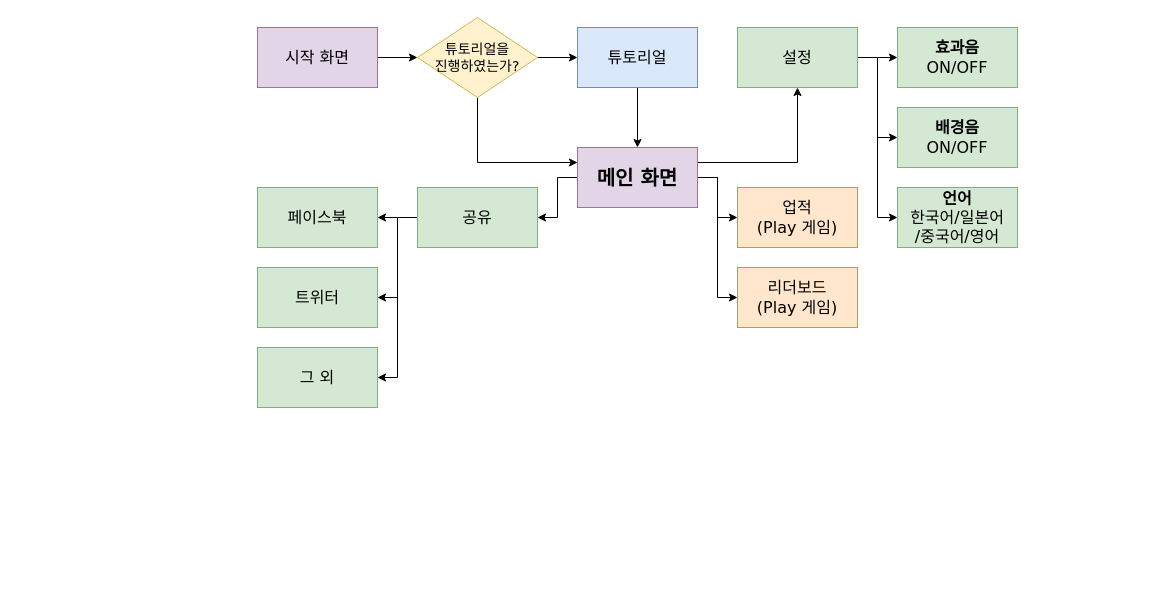
The draw.io diagram GUI 기말.drawio in dinenki71/UI, before the edit. Source tidied: cells renumbered, new cells numbered last; positions are measured from the earlier drawing's top-left corner, leaving out a move shared by most shapes. Both pictures are drawn from the tidied source at 100%, with x=0, y=0 at pixel (257, 17).
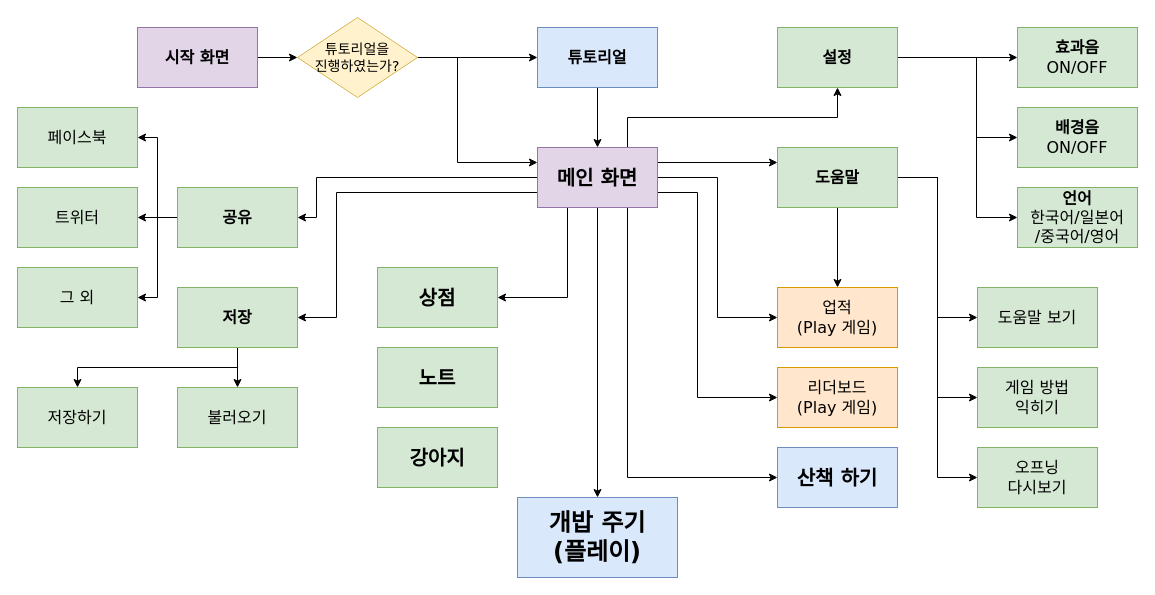
Above is the later version.

Change to the diagram source:
```diff
@@
-    <mxCell id="3" value="&lt;font style=&quot;font-size: 16px&quot;&gt;시작 화면&lt;/font&gt;" style="rounded=0;whiteSpace=wrap;html=1;fillColor=#e1d5e7;strokeColor=#9673a6;fontFamily=Verdana;" parent="1" vertex="1">
-      <mxGeometry y="10" width="120" height="60" as="geometry" />
+    <mxCell id="3" value="&lt;font style=&quot;font-size: 16px&quot;&gt;&lt;b&gt;시작 화면&lt;/b&gt;&lt;/font&gt;" style="rounded=0;whiteSpace=wrap;html=1;fillColor=#e1d5e7;strokeColor=#9673a6;fontFamily=Verdana;" parent="1" vertex="1">
+      <mxGeometry x="-120" y="10" width="120" height="60" as="geometry" />
     </mxCell>
@@
     <mxCell id="5" style="edgeStyle=orthogonalEdgeStyle;rounded=0;jettySize=auto;html=1;entryX=0;entryY=0.25;entryDx=0;entryDy=0;fontFamily=Verdana;" parent="1" edge="1" source="6" target="13">
       <mxGeometry relative="1" as="geometry">
         <Array as="points">
-          <mxPoint x="220" y="145" />
+          <mxPoint x="200" y="145" />
         </Array>
       </mxGeometry>
     </mxCell>
     <mxCell id="6" value="&lt;font style=&quot;font-size: 14px&quot;&gt;튜토리얼을&lt;br&gt;진행하였는가?&lt;/font&gt;" style="rhombus;whiteSpace=wrap;html=1;fillColor=#fff2cc;strokeColor=#d6b656;fontFamily=Verdana;" parent="1" vertex="1">
-      <mxGeometry x="160" width="120" height="80" as="geometry" />
+      <mxGeometry x="40" width="120" height="80" as="geometry" />
     </mxCell>
@@
-    <mxCell id="8" value="&lt;font style=&quot;font-size: 16px&quot;&gt;튜토리얼&lt;/font&gt;" style="rounded=0;whiteSpace=wrap;html=1;fillColor=#dae8fc;strokeColor=#6c8ebf;fontFamily=Verdana;" parent="1" vertex="1">
-      <mxGeometry x="320" y="10" width="120" height="60" as="geometry" />
+    <mxCell id="8" value="&lt;font style=&quot;font-size: 16px&quot;&gt;&lt;b&gt;튜토리얼&lt;/b&gt;&lt;/font&gt;" style="rounded=0;whiteSpace=wrap;html=1;fillColor=#dae8fc;strokeColor=#6c8ebf;fontFamily=Verdana;" parent="1" vertex="1">
+      <mxGeometry x="280" y="10" width="120" height="60" as="geometry" />
     </mxCell>
-    <mxCell id="9" style="edgeStyle=orthogonalEdgeStyle;rounded=0;jettySize=auto;html=1;exitX=1;exitY=0.25;exitDx=0;exitDy=0;fontFamily=Verdana;" parent="1" edge="1" source="13" target="17">
+    <mxCell id="9" style="edgeStyle=orthogonalEdgeStyle;rounded=0;jettySize=auto;html=1;exitX=0.75;exitY=0;exitDx=0;exitDy=0;fontFamily=Verdana;" parent="1" edge="1" source="13" target="17">
       <mxGeometry relative="1" as="geometry" />
     </mxCell>
+    <mxCell id="12" style="edgeStyle=orthogonalEdgeStyle;rounded=0;jettySize=auto;html=1;exitX=0;exitY=0.5;exitDx=0;exitDy=0;entryX=1;entryY=0.5;entryDx=0;entryDy=0;fontFamily=Verdana;" parent="1" edge="1" source="13" target="26">
+      <mxGeometry relative="1" as="geometry">
+        <Array as="points">
+          <mxPoint x="59" y="160" />
+          <mxPoint x="59" y="200" />
+        </Array>
+      </mxGeometry>
+    </mxCell>
+    <mxCell id="30" style="edgeStyle=orthogonalEdgeStyle;rounded=0;jettySize=auto;html=1;exitX=0;exitY=0.75;exitDx=0;exitDy=0;entryX=1;entryY=0.5;entryDx=0;entryDy=0;fontFamily=Verdana;fontSize=16;" parent="1" edge="1" source="13" target="37">
+      <mxGeometry relative="1" as="geometry">
+        <Array as="points">
+          <mxPoint x="79" y="175" />
+          <mxPoint x="79" y="300" />
+        </Array>
+      </mxGeometry>
+    </mxCell>
-    <mxCell id="10" style="edgeStyle=orthogonalEdgeStyle;rounded=0;jettySize=auto;html=1;exitX=1;exitY=0.5;exitDx=0;exitDy=0;entryX=0;entryY=0.5;entryDx=0;entryDy=0;fontFamily=Verdana;" parent="1" edge="1" source="13" target="21">
-      <mxGeometry relative="1" as="geometry" />
+    <mxCell id="10" style="edgeStyle=orthogonalEdgeStyle;rounded=0;jettySize=auto;html=1;entryX=0;entryY=0.5;entryDx=0;entryDy=0;fontFamily=Verdana;fontSize=16;exitX=1;exitY=0.5;exitDx=0;exitDy=0;" parent="1" edge="1" source="13" target="21">
+      <mxGeometry relative="1" as="geometry">
+        <Array as="points">
+          <mxPoint x="460" y="160" />
+          <mxPoint x="460" y="300" />
+        </Array>
+      </mxGeometry>
     </mxCell>
-    <mxCell id="11" style="edgeStyle=orthogonalEdgeStyle;rounded=0;jettySize=auto;html=1;exitX=1;exitY=0.5;exitDx=0;exitDy=0;entryX=0;entryY=0.5;entryDx=0;entryDy=0;fontFamily=Verdana;" parent="1" edge="1" source="13" target="22">
-      <mxGeometry relative="1" as="geometry" />
+    <mxCell id="11" style="edgeStyle=orthogonalEdgeStyle;rounded=0;jettySize=auto;html=1;exitX=1;exitY=0.75;exitDx=0;exitDy=0;entryX=0;entryY=0.5;entryDx=0;entryDy=0;fontFamily=Verdana;fontSize=16;" parent="1" edge="1" source="13" target="22">
+      <mxGeometry relative="1" as="geometry">
+        <Array as="points">
+          <mxPoint x="440" y="175" />
+          <mxPoint x="440" y="380" />
+        </Array>
+      </mxGeometry>
     </mxCell>
-    <mxCell id="12" style="edgeStyle=orthogonalEdgeStyle;rounded=0;jettySize=auto;html=1;exitX=0;exitY=0.5;exitDx=0;exitDy=0;entryX=1;entryY=0.5;entryDx=0;entryDy=0;fontFamily=Verdana;" parent="1" edge="1" source="13" target="26">
-      <mxGeometry relative="1" as="geometry" />
-    </mxCell>
+    <mxCell id="31" style="edgeStyle=orthogonalEdgeStyle;rounded=0;jettySize=auto;html=1;exitX=0.25;exitY=1;exitDx=0;exitDy=0;entryX=1;entryY=0.5;entryDx=0;entryDy=0;fontFamily=Verdana;fontSize=16;" parent="1" edge="1" source="13" target="49">
+      <mxGeometry relative="1" as="geometry" />
+    </mxCell>
+    <mxCell id="32" style="edgeStyle=orthogonalEdgeStyle;rounded=0;jettySize=auto;html=1;exitX=0.75;exitY=1;exitDx=0;exitDy=0;entryX=0;entryY=0.5;entryDx=0;entryDy=0;fontFamily=Verdana;fontSize=16;" parent="1" edge="1" source="13" target="48">
+      <mxGeometry relative="1" as="geometry" />
+    </mxCell>
+    <mxCell id="33" style="edgeStyle=orthogonalEdgeStyle;rounded=0;jettySize=auto;html=1;exitX=1;exitY=0.25;exitDx=0;exitDy=0;entryX=0;entryY=0.25;entryDx=0;entryDy=0;fontFamily=Verdana;fontSize=16;" parent="1" edge="1" source="13" target="44">
+      <mxGeometry relative="1" as="geometry" />
+    </mxCell>
+    <mxCell id="34" style="edgeStyle=orthogonalEdgeStyle;rounded=0;jettySize=auto;html=1;exitX=0.5;exitY=1;exitDx=0;exitDy=0;entryX=0.5;entryY=0;entryDx=0;entryDy=0;fontFamily=Verdana;fontSize=16;" parent="1" edge="1" source="13" target="52">
+      <mxGeometry relative="1" as="geometry" />
+    </mxCell>
     <mxCell id="13" value="&lt;font style=&quot;font-size: 20px&quot;&gt;&lt;b&gt;메인 화면&lt;/b&gt;&lt;/font&gt;" style="rounded=0;whiteSpace=wrap;html=1;fillColor=#e1d5e7;strokeColor=#9673a6;fontFamily=Verdana;" parent="1" vertex="1">
-      <mxGeometry x="320" y="130" width="120" height="60" as="geometry" />
+      <mxGeometry x="280" y="130" width="120" height="60" as="geometry" />
     </mxCell>
@@
     <mxCell id="15" style="edgeStyle=orthogonalEdgeStyle;rounded=0;jettySize=auto;html=1;exitX=1;exitY=0.5;exitDx=0;exitDy=0;entryX=0;entryY=0.5;entryDx=0;entryDy=0;fontFamily=Verdana;" parent="1" edge="1" source="17" target="19">
-      <mxGeometry relative="1" as="geometry" />
+      <mxGeometry relative="1" as="geometry">
+        <Array as="points">
+          <mxPoint x="719" y="40" />
+          <mxPoint x="719" y="120" />
+        </Array>
+      </mxGeometry>
     </mxCell>
     <mxCell id="16" style="edgeStyle=orthogonalEdgeStyle;rounded=0;jettySize=auto;html=1;exitX=1;exitY=0.5;exitDx=0;exitDy=0;entryX=0;entryY=0.5;entryDx=0;entryDy=0;fontFamily=Verdana;" parent="1" edge="1" source="17" target="20">
-      <mxGeometry relative="1" as="geometry" />
+      <mxGeometry relative="1" as="geometry">
+        <Array as="points">
+          <mxPoint x="719" y="40" />
+          <mxPoint x="719" y="200" />
+        </Array>
+      </mxGeometry>
     </mxCell>
-    <mxCell id="17" value="&lt;font size=&quot;1&quot;&gt;&lt;span style=&quot;font-size: 16px&quot;&gt;설정&lt;/span&gt;&lt;/font&gt;" style="rounded=0;whiteSpace=wrap;html=1;fillColor=#d5e8d4;strokeColor=#82b366;fontFamily=Verdana;" parent="1" vertex="1">
-      <mxGeometry x="480" y="10" width="120" height="60" as="geometry" />
+    <mxCell id="17" value="&lt;font size=&quot;1&quot;&gt;&lt;span style=&quot;font-size: 16px&quot;&gt;&lt;b&gt;설정&lt;/b&gt;&lt;/span&gt;&lt;/font&gt;" style="rounded=0;whiteSpace=wrap;html=1;fillColor=#d5e8d4;strokeColor=#82b366;fontFamily=Verdana;" parent="1" vertex="1">
+      <mxGeometry x="520" y="10" width="120" height="60" as="geometry" />
     </mxCell>
     <mxCell id="18" value="&lt;font size=&quot;1&quot;&gt;&lt;span style=&quot;font-size: 16px&quot;&gt;&lt;b&gt;효과음&lt;/b&gt;&lt;br&gt;ON/OFF&lt;br&gt;&lt;/span&gt;&lt;/font&gt;" style="rounded=0;whiteSpace=wrap;html=1;fillColor=#d5e8d4;strokeColor=#82b366;fontFamily=Verdana;" parent="1" vertex="1">
-      <mxGeometry x="640" y="10" width="120" height="60" as="geometry" />
+      <mxGeometry x="760" y="10" width="120" height="60" as="geometry" />
     </mxCell>
     <mxCell id="19" value="&lt;font&gt;&lt;span style=&quot;font-size: 16px&quot;&gt;&lt;b&gt;배경음&lt;/b&gt;&lt;br&gt;ON/OFF&lt;br&gt;&lt;/span&gt;&lt;/font&gt;" style="rounded=0;whiteSpace=wrap;html=1;fillColor=#d5e8d4;strokeColor=#82b366;fontFamily=Verdana;" parent="1" vertex="1">
-      <mxGeometry x="640" y="90" width="120" height="60" as="geometry" />
+      <mxGeometry x="760" y="90" width="120" height="60" as="geometry" />
     </mxCell>
     <mxCell id="20" value="&lt;font size=&quot;1&quot;&gt;&lt;span style=&quot;font-size: 16px&quot;&gt;&lt;b&gt;언어&lt;/b&gt;&lt;br&gt;한국어/일본어&lt;br&gt;/중국어/영어&lt;br&gt;&lt;/span&gt;&lt;/font&gt;" style="rounded=0;whiteSpace=wrap;html=1;fillColor=#d5e8d4;strokeColor=#82b366;fontFamily=Verdana;" parent="1" vertex="1">
-      <mxGeometry x="640" y="170" width="120" height="60" as="geometry" />
+      <mxGeometry x="760" y="170" width="120" height="60" as="geometry" />
     </mxCell>
     <mxCell id="21" value="&lt;font style=&quot;font-size: 16px&quot;&gt;업적&lt;br&gt;(Play 게임)&lt;br&gt;&lt;/font&gt;" style="rounded=0;whiteSpace=wrap;html=1;fillColor=#ffe6cc;strokeColor=#d79b00;fontFamily=Verdana;" parent="1" vertex="1">
-      <mxGeometry x="480" y="170" width="120" height="60" as="geometry" />
+      <mxGeometry x="520" y="270" width="120" height="60" as="geometry" />
     </mxCell>
     <mxCell id="22" value="&lt;font style=&quot;font-size: 16px&quot;&gt;리더보드&lt;br&gt;&lt;/font&gt;&lt;span style=&quot;font-size: 16px&quot;&gt;(Play 게임)&lt;/span&gt;" style="rounded=0;whiteSpace=wrap;html=1;fillColor=#ffe6cc;strokeColor=#d79b00;fontFamily=Verdana;" parent="1" vertex="1">
-      <mxGeometry x="480" y="250" width="120" height="60" as="geometry" />
+      <mxGeometry x="520" y="350" width="120" height="60" as="geometry" />
     </mxCell>
-    <mxCell id="23" style="edgeStyle=orthogonalEdgeStyle;rounded=0;jettySize=auto;html=1;fontFamily=Verdana;" parent="1" edge="1" source="26" target="27">
-      <mxGeometry relative="1" as="geometry" />
-    </mxCell>
@@
+    <mxCell id="23" style="edgeStyle=orthogonalEdgeStyle;rounded=0;jettySize=auto;html=1;exitX=0;exitY=0.5;exitDx=0;exitDy=0;entryX=1;entryY=0.5;entryDx=0;entryDy=0;fontFamily=Verdana;fontSize=16;" parent="1" edge="1" source="26" target="27">
+      <mxGeometry relative="1" as="geometry" />
+    </mxCell>
-    <mxCell id="26" value="&lt;font size=&quot;1&quot;&gt;&lt;span style=&quot;font-size: 16px&quot;&gt;공유&lt;/span&gt;&lt;/font&gt;" style="rounded=0;whiteSpace=wrap;html=1;fillColor=#d5e8d4;strokeColor=#82b366;fontFamily=Verdana;" parent="1" vertex="1">
-      <mxGeometry x="160" y="170" width="120" height="60" as="geometry" />
+    <mxCell id="26" value="&lt;font size=&quot;1&quot;&gt;&lt;span style=&quot;font-size: 16px&quot;&gt;&lt;b&gt;공유&lt;/b&gt;&lt;/span&gt;&lt;/font&gt;" style="rounded=0;whiteSpace=wrap;html=1;fillColor=#d5e8d4;strokeColor=#82b366;fontFamily=Verdana;" parent="1" vertex="1">
+      <mxGeometry x="-80" y="170" width="120" height="60" as="geometry" />
     </mxCell>
     <mxCell id="27" value="&lt;font style=&quot;font-size: 16px;&quot;&gt;&lt;span style=&quot;font-size: 16px;&quot;&gt;&lt;span style=&quot;font-size: 16px;&quot;&gt;페이스북&lt;/span&gt;&lt;br style=&quot;font-size: 16px;&quot;&gt;&lt;/span&gt;&lt;/font&gt;" style="rounded=0;whiteSpace=wrap;html=1;fillColor=#d5e8d4;strokeColor=#82b366;fontFamily=Verdana;fontSize=16;fontStyle=0;" parent="1" vertex="1">
-      <mxGeometry y="170" width="120" height="60" as="geometry" />
+      <mxGeometry x="-240" y="90" width="120" height="60" as="geometry" />
     </mxCell>
     <mxCell id="28" value="&lt;span style=&quot;font-size: 16px;&quot;&gt;트위터&lt;/span&gt;" style="rounded=0;whiteSpace=wrap;html=1;fillColor=#d5e8d4;strokeColor=#82b366;fontFamily=Verdana;fontSize=16;fontStyle=0;" parent="1" vertex="1">
-      <mxGeometry y="250" width="120" height="60" as="geometry" />
+      <mxGeometry x="-240" y="170" width="120" height="60" as="geometry" />
     </mxCell>
     <mxCell id="29" value="&lt;font style=&quot;font-size: 16px;&quot;&gt;&lt;span style=&quot;font-size: 16px;&quot;&gt;&lt;span style=&quot;font-size: 16px;&quot;&gt;그 외&lt;/span&gt;&lt;br style=&quot;font-size: 16px;&quot;&gt;&lt;/span&gt;&lt;/font&gt;" style="rounded=0;whiteSpace=wrap;html=1;fillColor=#d5e8d4;strokeColor=#82b366;fontFamily=Verdana;fontSize=16;fontStyle=0;" parent="1" vertex="1">
-      <mxGeometry y="330" width="120" height="60" as="geometry" />
+      <mxGeometry x="-240" y="250" width="120" height="60" as="geometry" />
     </mxCell>
+    <mxCell id="35" style="edgeStyle=orthogonalEdgeStyle;rounded=0;jettySize=auto;html=1;exitX=0.5;exitY=1;exitDx=0;exitDy=0;entryX=0.5;entryY=0;entryDx=0;entryDy=0;fontFamily=Verdana;fontSize=16;" parent="1" edge="1" source="37" target="38">
+      <mxGeometry relative="1" as="geometry" />
+    </mxCell>
+    <mxCell id="36" style="edgeStyle=orthogonalEdgeStyle;rounded=0;jettySize=auto;html=1;exitX=0.5;exitY=1;exitDx=0;exitDy=0;entryX=0.5;entryY=0;entryDx=0;entryDy=0;fontFamily=Verdana;fontSize=16;" parent="1" edge="1" source="37" target="39">
+      <mxGeometry relative="1" as="geometry" />
+    </mxCell>
+    <mxCell id="37" value="&lt;span style=&quot;font-size: 16px&quot;&gt;&lt;b&gt;저장&lt;/b&gt;&lt;/span&gt;" style="rounded=0;whiteSpace=wrap;html=1;fillColor=#d5e8d4;strokeColor=#82b366;fontFamily=Verdana;" parent="1" vertex="1">
+      <mxGeometry x="-80" y="270" width="120" height="60" as="geometry" />
+    </mxCell>
+    <mxCell id="38" value="&lt;span style=&quot;font-size: 16px&quot;&gt;저장하기&lt;/span&gt;" style="rounded=0;whiteSpace=wrap;html=1;fillColor=#d5e8d4;strokeColor=#82b366;fontFamily=Verdana;" parent="1" vertex="1">
+      <mxGeometry x="-240" y="370" width="120" height="60" as="geometry" />
+    </mxCell>
+    <mxCell id="39" value="&lt;span style=&quot;font-size: 16px&quot;&gt;불러오기&lt;/span&gt;" style="rounded=0;whiteSpace=wrap;html=1;fillColor=#d5e8d4;strokeColor=#82b366;fontFamily=Verdana;" parent="1" vertex="1">
+      <mxGeometry x="-80" y="370" width="120" height="60" as="geometry" />
+    </mxCell>
+    <mxCell id="40" style="edgeStyle=orthogonalEdgeStyle;rounded=0;jettySize=auto;html=1;exitX=1;exitY=0.5;exitDx=0;exitDy=0;entryX=0;entryY=0.5;entryDx=0;entryDy=0;fontFamily=Verdana;fontSize=16;" parent="1" edge="1" source="44" target="45">
+      <mxGeometry relative="1" as="geometry" />
+    </mxCell>
+    <mxCell id="41" style="edgeStyle=orthogonalEdgeStyle;rounded=0;jettySize=auto;html=1;exitX=1;exitY=0.5;exitDx=0;exitDy=0;entryX=0;entryY=0.5;entryDx=0;entryDy=0;fontFamily=Verdana;fontSize=16;" parent="1" edge="1" source="44" target="46">
+      <mxGeometry relative="1" as="geometry" />
+    </mxCell>
+    <mxCell id="42" style="edgeStyle=orthogonalEdgeStyle;rounded=0;jettySize=auto;html=1;exitX=1;exitY=0.5;exitDx=0;exitDy=0;entryX=0;entryY=0.5;entryDx=0;entryDy=0;fontFamily=Verdana;fontSize=16;" parent="1" edge="1" source="44" target="47">
+      <mxGeometry relative="1" as="geometry" />
+    </mxCell>
+    <mxCell id="43" style="edgeStyle=orthogonalEdgeStyle;rounded=0;jettySize=auto;html=1;fontFamily=Verdana;fontSize=16;" parent="1" edge="1" source="44" target="21">
+      <mxGeometry relative="1" as="geometry" />
+    </mxCell>
+    <mxCell id="44" value="&lt;font size=&quot;1&quot;&gt;&lt;span style=&quot;font-size: 16px&quot;&gt;&lt;b&gt;도움말&lt;/b&gt;&lt;/span&gt;&lt;/font&gt;" style="rounded=0;whiteSpace=wrap;html=1;fillColor=#d5e8d4;strokeColor=#82b366;fontFamily=Verdana;" parent="1" vertex="1">
+      <mxGeometry x="520" y="130" width="120" height="60" as="geometry" />
+    </mxCell>
+    <mxCell id="45" value="&lt;font style=&quot;font-size: 16px&quot;&gt;&lt;span style=&quot;font-size: 16px&quot;&gt;&lt;span style=&quot;font-size: 16px&quot;&gt;도움말 보기&lt;/span&gt;&lt;br style=&quot;font-size: 16px&quot;&gt;&lt;/span&gt;&lt;/font&gt;" style="rounded=0;whiteSpace=wrap;html=1;fillColor=#d5e8d4;strokeColor=#82b366;fontFamily=Verdana;fontSize=16;fontStyle=0;" parent="1" vertex="1">
+      <mxGeometry x="720" y="270" width="120" height="60" as="geometry" />
+    </mxCell>
+    <mxCell id="46" value="&lt;span style=&quot;font-size: 16px&quot;&gt;게임 방법&lt;br&gt;익히기&lt;br&gt;&lt;/span&gt;" style="rounded=0;whiteSpace=wrap;html=1;fillColor=#d5e8d4;strokeColor=#82b366;fontFamily=Verdana;fontSize=16;fontStyle=0;" parent="1" vertex="1">
+      <mxGeometry x="720" y="350" width="120" height="60" as="geometry" />
+    </mxCell>
+    <mxCell id="47" value="&lt;font style=&quot;font-size: 16px&quot;&gt;&lt;span style=&quot;font-size: 16px&quot;&gt;&lt;span style=&quot;font-size: 16px&quot;&gt;오프닝&lt;br&gt;&lt;/span&gt;다시보기&lt;br style=&quot;font-size: 16px&quot;&gt;&lt;/span&gt;&lt;/font&gt;" style="rounded=0;whiteSpace=wrap;html=1;fillColor=#d5e8d4;strokeColor=#82b366;fontFamily=Verdana;fontSize=16;fontStyle=0;" parent="1" vertex="1">
+      <mxGeometry x="720" y="430" width="120" height="60" as="geometry" />
+    </mxCell>
+    <mxCell id="48" value="&lt;font size=&quot;1&quot;&gt;&lt;b style=&quot;font-size: 20px&quot;&gt;산책 하기&lt;/b&gt;&lt;/font&gt;" style="rounded=0;whiteSpace=wrap;html=1;fillColor=#dae8fc;strokeColor=#6c8ebf;fontFamily=Verdana;" parent="1" vertex="1">
+      <mxGeometry x="520" y="430" width="120" height="60" as="geometry" />
+    </mxCell>
+    <mxCell id="49" value="&lt;font size=&quot;1&quot;&gt;&lt;b style=&quot;font-size: 20px&quot;&gt;상점&lt;/b&gt;&lt;/font&gt;" style="rounded=0;whiteSpace=wrap;html=1;fillColor=#d5e8d4;strokeColor=#82b366;fontFamily=Verdana;" parent="1" vertex="1">
+      <mxGeometry x="120" y="250" width="120" height="60" as="geometry" />
+    </mxCell>
+    <mxCell id="50" value="&lt;span style=&quot;font-size: 20px&quot;&gt;&lt;b&gt;노트&lt;/b&gt;&lt;/span&gt;" style="rounded=0;whiteSpace=wrap;html=1;fillColor=#d5e8d4;strokeColor=#82b366;fontFamily=Verdana;" parent="1" vertex="1">
+      <mxGeometry x="120" y="330" width="120" height="60" as="geometry" />
+    </mxCell>
+    <mxCell id="51" value="&lt;font size=&quot;1&quot;&gt;&lt;b style=&quot;font-size: 20px&quot;&gt;강아지&lt;/b&gt;&lt;/font&gt;" style="rounded=0;whiteSpace=wrap;html=1;fillColor=#d5e8d4;strokeColor=#82b366;fontFamily=Verdana;" parent="1" vertex="1">
+      <mxGeometry x="120" y="410" width="120" height="60" as="geometry" />
+    </mxCell>
+    <mxCell id="52" value="&lt;font style=&quot;font-size: 24px&quot;&gt;&lt;b&gt;개밥 주기&lt;br&gt;(플레이)&lt;br&gt;&lt;/b&gt;&lt;/font&gt;" style="rounded=0;whiteSpace=wrap;html=1;fillColor=#dae8fc;strokeColor=#6c8ebf;fontFamily=Verdana;" parent="1" vertex="1">
+      <mxGeometry x="260" y="480" width="160" height="80" as="geometry" />
+    </mxCell>
```
